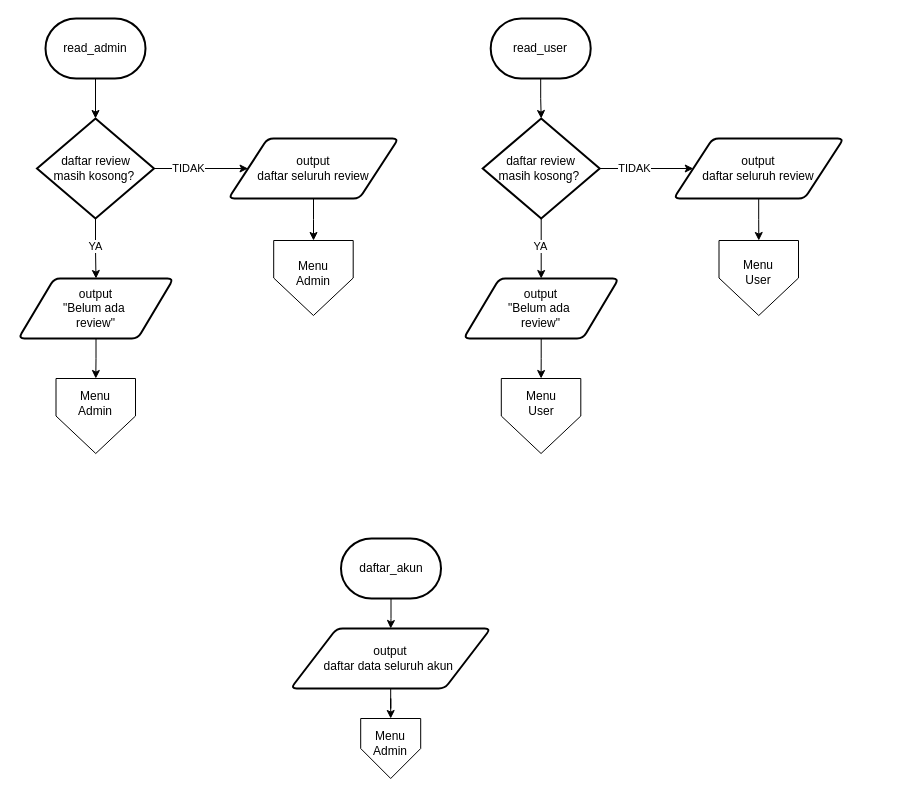
The draw.io diagram page "read" (6 of 8) of MovieReviewSystem.drawio in Niyah30/Movie-Review-System, before the edit. Source tidied: cells renumbered, new cells numbered last; positions are measured from the earlier drawing's top-left corner, leaving out a move shared by most shapes. Both pictures are drawn from the tidied source at 100%, with x=0, y=0 at pixel (18, 18).
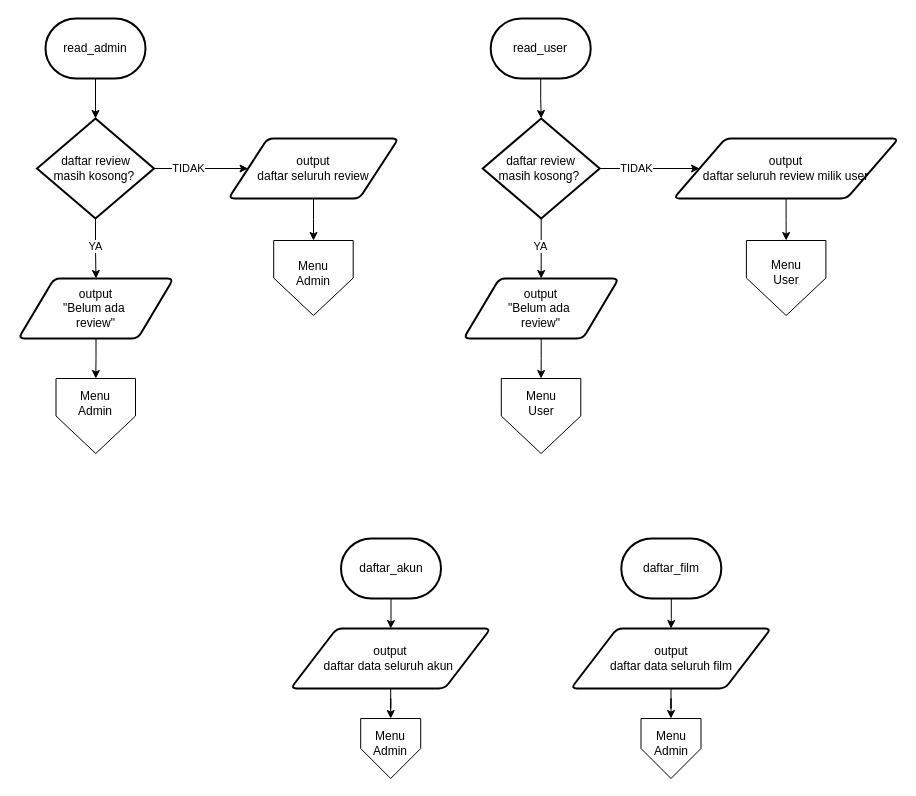
The same page after the edit.

Change to the diagram source:
```diff
@@
-    <mxCell id="29" value="output&lt;div&gt;daftar &lt;span style=&quot;background-color: transparent;&quot;&gt;seluruh review&lt;/span&gt;&lt;/div&gt;" style="shape=parallelogram;html=1;strokeWidth=2;perimeter=parallelogramPerimeter;whiteSpace=wrap;rounded=1;arcSize=12;size=0.23;" parent="1" vertex="1">
-      <mxGeometry x="655.2" y="120" width="170" height="60" as="geometry" />
+    <mxCell id="29" value="output&lt;div&gt;daftar &lt;span style=&quot;background-color: transparent;&quot;&gt;seluruh review milik user&lt;/span&gt;&lt;/div&gt;" style="shape=parallelogram;html=1;strokeWidth=2;perimeter=parallelogramPerimeter;whiteSpace=wrap;rounded=1;arcSize=12;size=0.23;" parent="1" vertex="1">
+      <mxGeometry x="655.2" y="120" width="224.8" height="60" as="geometry" />
     </mxCell>
     <mxCell id="30" style="verticalLabelPosition=bottom;verticalAlign=top;html=1;shape=offPageConnector;rounded=0;size=0.5;labelPerimeter=1;" parent="1" vertex="1">
-      <mxGeometry x="700.5" y="222" width="79.5" height="75" as="geometry" />
+      <mxGeometry x="727.9" y="222" width="79.5" height="75" as="geometry" />
     </mxCell>
     <mxCell id="31" value="Menu&lt;div&gt;User&lt;/div&gt;" style="text;html=1;whiteSpace=wrap;strokeColor=none;fillColor=none;align=center;verticalAlign=middle;rounded=0;" parent="1" vertex="1">
-      <mxGeometry x="710.2" y="239" width="60" height="30" as="geometry" />
+      <mxGeometry x="737.6" y="239" width="60" height="30" as="geometry" />
     </mxCell>
@@
+    <mxCell id="38" style="edgeStyle=orthogonalEdgeStyle;rounded=0;jettySize=auto;html=1;defaultLabelBackgroundColor=page;" parent="1" edge="1" source="39" target="40">
+      <mxGeometry relative="1" as="geometry" />
+    </mxCell>
+    <mxCell id="39" value="&lt;div&gt;output&lt;div&gt;daftar data&amp;nbsp;&lt;span style=&quot;background-color: transparent;&quot;&gt;seluruh film&lt;/span&gt;&lt;/div&gt;&lt;/div&gt;" style="shape=parallelogram;html=1;strokeWidth=2;perimeter=parallelogramPerimeter;whiteSpace=wrap;rounded=1;arcSize=12;size=0.23;" parent="1" vertex="1">
+      <mxGeometry x="552.5" y="610" width="200" height="60" as="geometry" />
+    </mxCell>
+    <mxCell id="40" style="verticalLabelPosition=bottom;verticalAlign=top;html=1;shape=offPageConnector;rounded=0;size=0.5;labelPerimeter=1;" parent="1" vertex="1">
+      <mxGeometry x="622.5" y="700" width="60" height="60" as="geometry" />
+    </mxCell>
+    <mxCell id="41" value="Menu&lt;div&gt;Admin&lt;/div&gt;" style="text;html=1;whiteSpace=wrap;strokeColor=none;fillColor=none;align=center;verticalAlign=middle;rounded=0;" parent="1" vertex="1">
+      <mxGeometry x="622.5" y="710" width="60" height="30" as="geometry" />
+    </mxCell>
+    <mxCell id="42" style="edgeStyle=orthogonalEdgeStyle;rounded=0;jettySize=auto;html=1;defaultLabelBackgroundColor=page;" parent="1" edge="1" source="43" target="39">
+      <mxGeometry relative="1" as="geometry" />
+    </mxCell>
+    <mxCell id="43" value="daftar_film" style="strokeWidth=2;html=1;shape=mxgraph.flowchart.terminator;whiteSpace=wrap;" parent="1" vertex="1">
+      <mxGeometry x="602.8" y="520" width="100" height="60" as="geometry" />
+    </mxCell>
```
